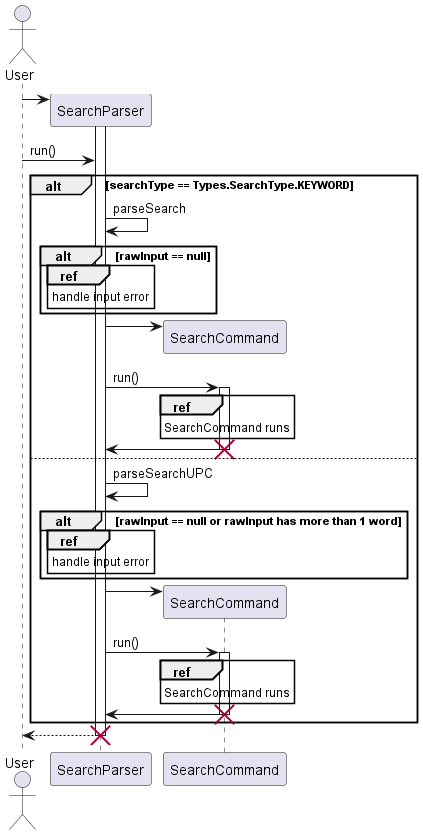
Before: docs/UML/Search/SearchSequence.png, a diagram exported from PlantUML (nus-cs2113-AY2223S2/tp). The source it was exported from:
```plantuml
@startuml

actor User
participant SearchParser
User -> SearchParser **
activate SearchParser
User -> SearchParser: run()

alt searchType == Types.SearchType.KEYWORD
    SearchParser -> SearchParser: parseSearch
        alt rawInput == null
            ref over SearchParser
                handle input error
            end ref
        end
        SearchParser -> SearchCommand ** :
        SearchParser -> SearchCommand ++ : run()
        ref over SearchCommand
            SearchCommand runs
        end ref
        SearchCommand -> SearchParser
        deactivate SearchCommand
        destroy SearchCommand
else
    SearchParser -> SearchParser: parseSearchUPC
        alt rawInput == null or rawInput has more than 1 word
            ref over SearchParser
                handle input error
            end ref
        end
        SearchParser -> SearchCommand ** :
        SearchParser -> SearchCommand ++ : run()
        ref over SearchCommand
            SearchCommand runs
        end ref
        SearchCommand -> SearchParser
        deactivate SearchCommand
        destroy SearchCommand
end
return
destroy SearchParser
@enduml
```
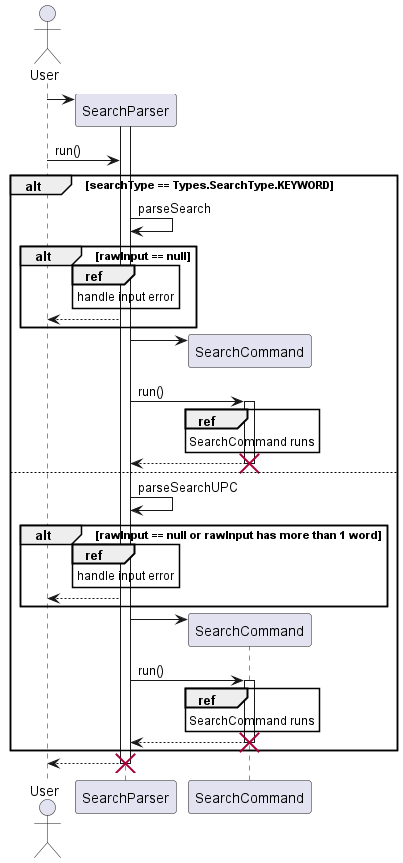
After the change.

Change to the diagram source:
```diff
@@ -12,13 +12,14 @@
             ref over SearchParser
                 handle input error
             end ref
+            SearchParser --> User
         end
         SearchParser -> SearchCommand ** :
         SearchParser -> SearchCommand ++ : run()
         ref over SearchCommand
             SearchCommand runs
         end ref
-        SearchCommand -> SearchParser
+        SearchCommand --> SearchParser
         deactivate SearchCommand
         destroy SearchCommand
 else
@@ -27,13 +28,14 @@
             ref over SearchParser
                 handle input error
             end ref
+            SearchParser --> User
         end
         SearchParser -> SearchCommand ** :
         SearchParser -> SearchCommand ++ : run()
         ref over SearchCommand
             SearchCommand runs
         end ref
-        SearchCommand -> SearchParser
+        SearchCommand --> SearchParser
         deactivate SearchCommand
         destroy SearchCommand
 end
```
